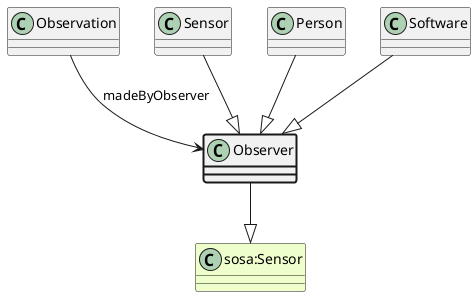
Above: ttl_uml/ttl_appn_Observer.png in aus-plant-phenomics-network/appn-schema (PlantUML), before the change.
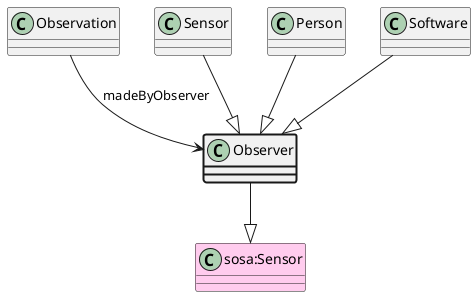
Above is the later version.

What changed in the source:
```diff
@@ -1,6 +1,6 @@
 @startuml
 class Observer  #line.bold
-class "sosa:Sensor" #EEFFCC
+class "sosa:Sensor" #FFCCEE
 Observer --|> "sosa:Sensor"
 class Observation
 Observation --> Observer : madeByObserver
```
